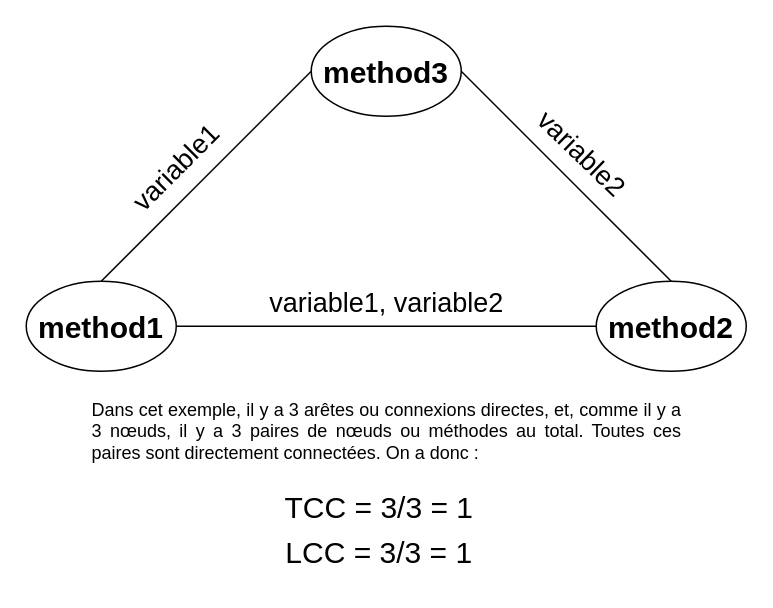
This is exercises/TCC vs LCC.drawio from ZieAmara/VV-ESIR-TP2, a draw.io file, before an edit. Source tidied: cells renumbered, new cells numbered last; positions are measured from the earlier drawing's top-left corner, leaving out a move shared by most shapes. Both pictures are drawn from the tidied source at 150%, with x=0, y=0 at pixel (26, 26).
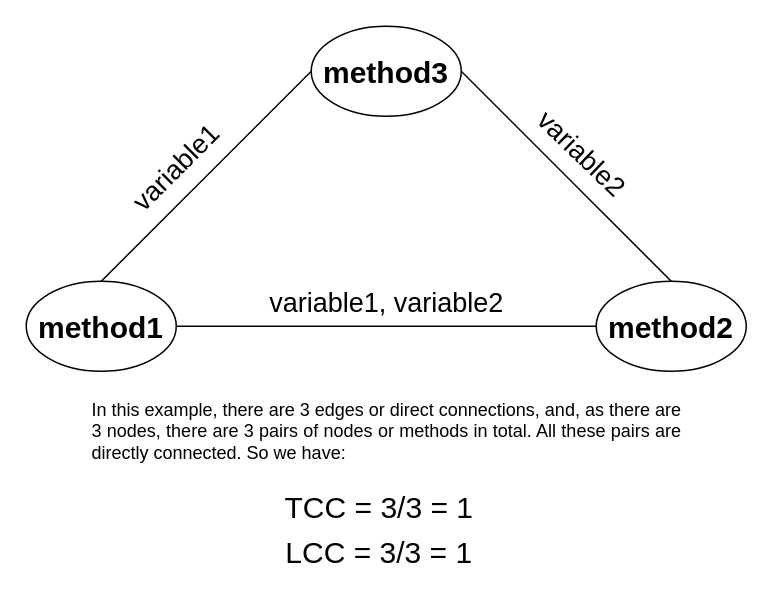
Above is the later version.

Commit message (it also covers changes not shown here):
Mettre à jour TCC vs LCC.drawio

The edit, as a diff of the source:
```diff
@@
 <mxGraphModel>
   <root>
     <mxCell id="0" />
     <mxCell id="1" parent="0" />
     <mxCell id="2" value="&lt;font style=&quot;font-size: 20px;&quot;&gt;&lt;b&gt;method3&lt;/b&gt;&lt;/font&gt;" style="ellipse;whiteSpace=wrap;html=1;" parent="1" vertex="1">
       <mxGeometry x="190" width="100" height="60" as="geometry" />
     </mxCell>
     <mxCell id="3" style="edgeStyle=orthogonalEdgeStyle;rounded=0;jettySize=auto;html=1;entryX=1;entryY=0.5;entryDx=0;entryDy=0;endArrow=none;endFill=0;" parent="1" edge="1" source="4" target="5">
       <mxGeometry relative="1" as="geometry" />
     </mxCell>
     <mxCell id="4" value="&lt;font style=&quot;font-size: 20px;&quot;&gt;&lt;b&gt;method2&lt;/b&gt;&lt;/font&gt;" style="ellipse;whiteSpace=wrap;html=1;" parent="1" vertex="1">
       <mxGeometry x="380" y="170" width="100" height="60" as="geometry" />
     </mxCell>
     <mxCell id="5" value="&lt;font style=&quot;font-size: 20px;&quot;&gt;&lt;b&gt;method1&lt;/b&gt;&lt;/font&gt;" style="ellipse;whiteSpace=wrap;html=1;" parent="1" vertex="1">
       <mxGeometry y="170" width="100" height="60" as="geometry" />
     </mxCell>
     <mxCell id="6" style="rounded=0;jettySize=auto;html=1;entryX=0.5;entryY=0;entryDx=0;entryDy=0;endArrow=none;endFill=0;exitX=0;exitY=0.5;exitDx=0;exitDy=0;" parent="1" edge="1" source="2" target="5">
       <mxGeometry relative="1" as="geometry" />
     </mxCell>
     <mxCell id="7" style="rounded=0;jettySize=auto;html=1;entryX=0.5;entryY=0;entryDx=0;entryDy=0;endArrow=none;endFill=0;exitX=1;exitY=0.5;exitDx=0;exitDy=0;" parent="1" edge="1" source="2" target="4">
       <mxGeometry relative="1" as="geometry" />
     </mxCell>
     <mxCell id="8" value="&lt;font style=&quot;font-size: 18px;&quot;&gt;variable1&lt;/font&gt;" style="text;html=1;align=center;verticalAlign=middle;strokeColor=none;fillColor=none;rotation=-45;" parent="1" vertex="1">
       <mxGeometry x="50" y="80" width="100" height="30" as="geometry" />
     </mxCell>
     <mxCell id="9" value="&lt;font style=&quot;font-size: 18px;&quot;&gt;variable2&lt;/font&gt;" style="text;html=1;align=center;verticalAlign=middle;strokeColor=none;fillColor=none;rotation=44;" parent="1" vertex="1">
       <mxGeometry x="320" y="70" width="100" height="30" as="geometry" />
     </mxCell>
     <mxCell id="10" value="&lt;font style=&quot;font-size: 18px;&quot;&gt;variable1, variable2&lt;/font&gt;" style="text;html=1;align=center;verticalAlign=middle;strokeColor=none;fillColor=none;rotation=0;" parent="1" vertex="1">
       <mxGeometry x="150" y="170" width="180" height="30" as="geometry" />
     </mxCell>
     <mxCell id="11" value="&lt;font style=&quot;font-size: 20px;&quot;&gt;TCC = 3/3 = 1&lt;/font&gt;" style="text;html=1;align=center;verticalAlign=middle;strokeColor=none;fillColor=none;" parent="1" vertex="1">
       <mxGeometry x="160" y="300" width="150" height="40" as="geometry" />
     </mxCell>
     <mxCell id="12" value="&lt;font style=&quot;font-size: 20px;&quot;&gt;LCC = 3/3 = 1&lt;/font&gt;" style="text;html=1;align=center;verticalAlign=middle;strokeColor=none;fillColor=none;" parent="1" vertex="1">
       <mxGeometry x="160" y="330" width="150" height="40" as="geometry" />
     </mxCell>
-    <mxCell id="13" value="&lt;div style=&quot;text-align: justify;&quot;&gt;Dans cet exemple, il y a 3 arêtes ou connexions directes, et, comme il y a 3 nœuds, il y a 3 paires de nœuds ou méthodes au total. Toutes ces paires sont directement connectées. On a donc :&lt;/div&gt;" style="whiteSpace=wrap;html=1;strokeColor=none;dashed=1;" parent="1" vertex="1">
+    <mxCell id="13" value="&lt;div style=&quot;text-align: justify;&quot;&gt;In this example, there are 3 edges or direct connections, and, as there are 3 nodes, there are 3 pairs of nodes or methods in total. All these pairs are directly connected. So we have:&lt;/div&gt;" style="whiteSpace=wrap;html=1;strokeColor=none;dashed=1;" parent="1" vertex="1">
       <mxGeometry x="42.5" y="240" width="395" height="60" as="geometry" />
     </mxCell>
   </root>
 </mxGraphModel>
```
